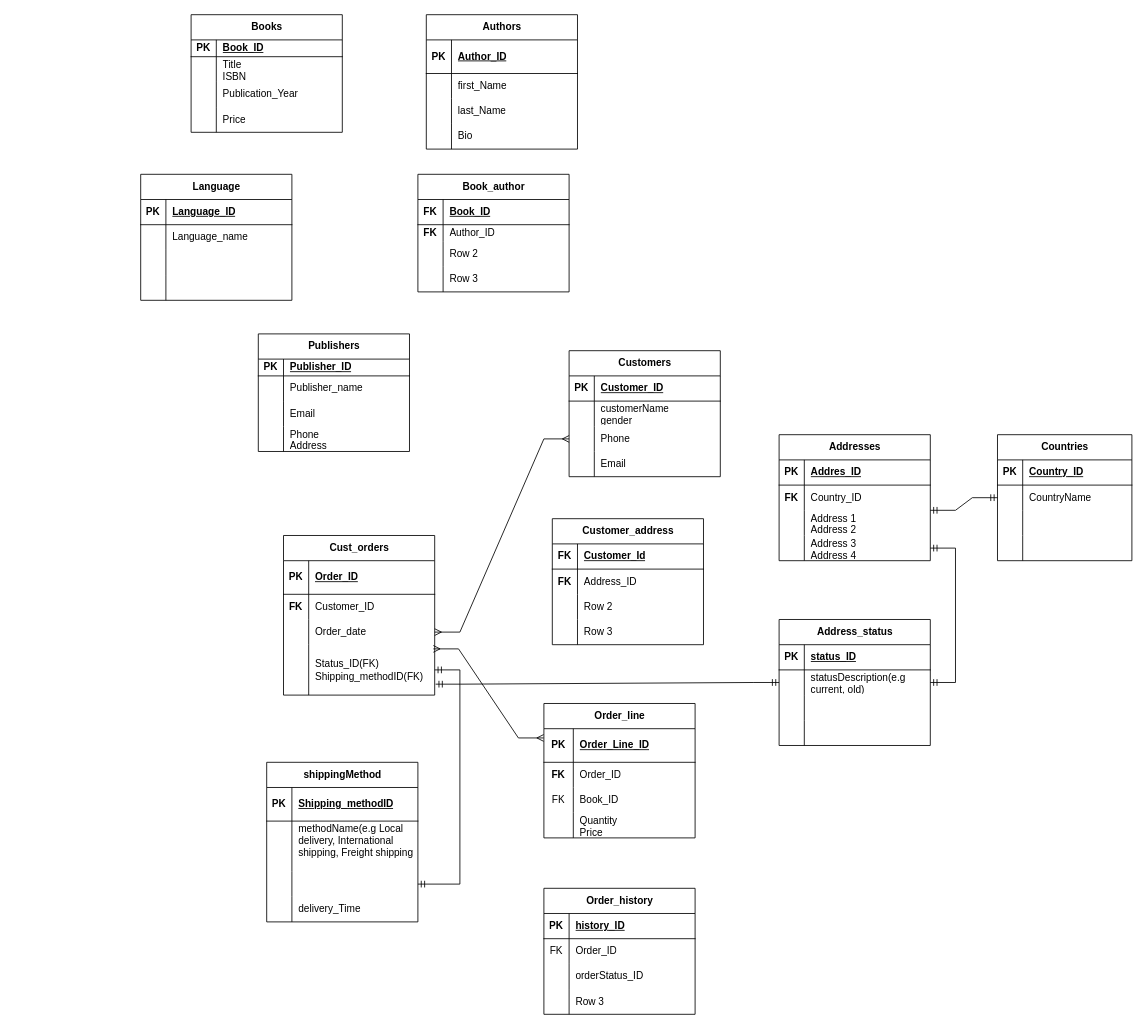
Before: Untitled Diagram.drawio in LisanzaTabby/BookstoreDatabase, a draw.io diagram. Source tidied: cells renumbered, new cells numbered last; positions are measured from the earlier drawing's top-left corner, leaving out a move shared by most shapes. Both pictures are drawn from the tidied source at 84%, with x=0, y=0 at pixel (140, 14).
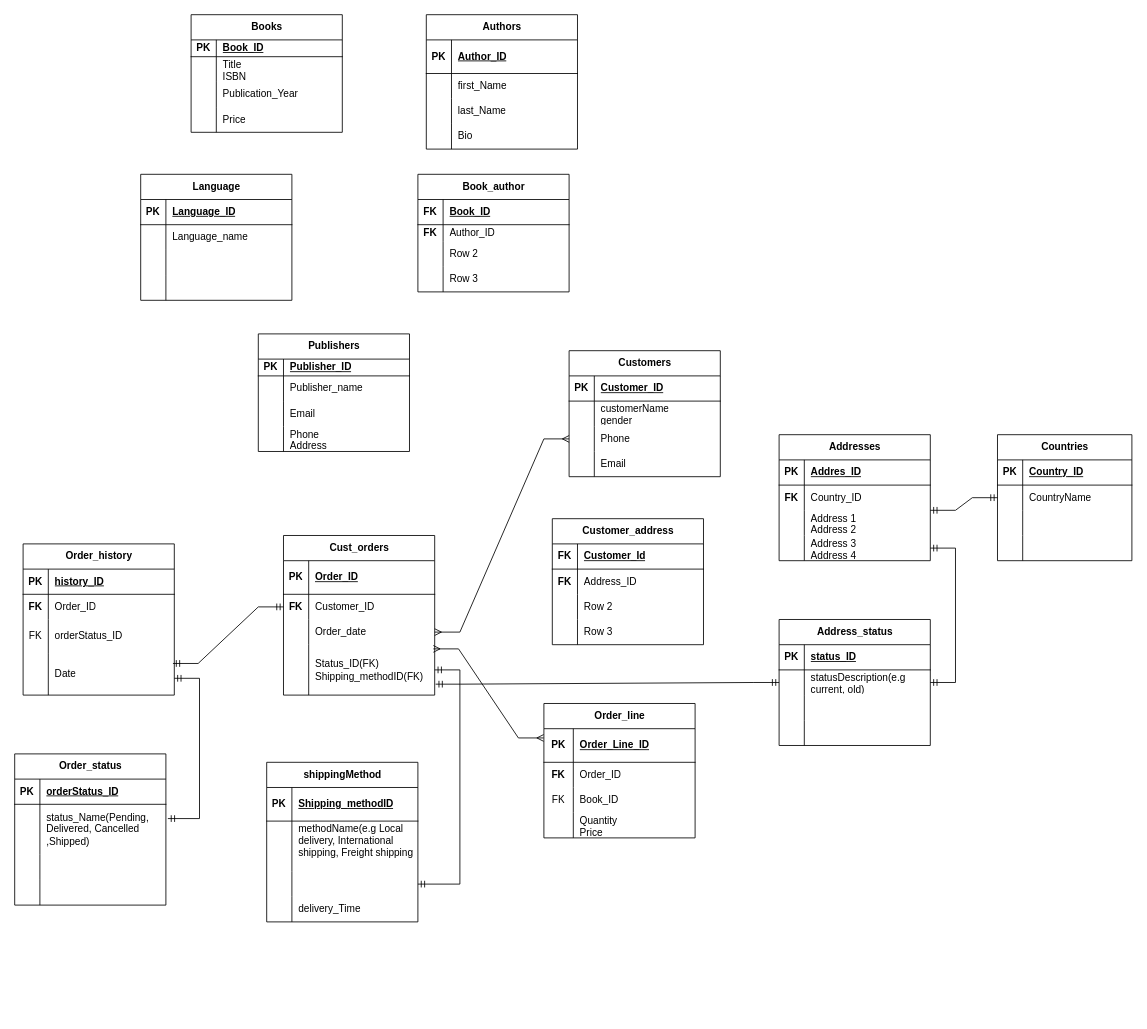
Above is the later version.

The change refers to these unchanged cells:
```xml
<mxCell id="140" style="shape=tableRow;horizontal=0;startSize=0;swimlaneHead=0;swimlaneBody=0;fillColor=none;points=[[0,0.5],[1,0.5]];portConstraint=eastwest;top=0;left=0;right=0;bottom=0;" parent="136" vertex="1">
  <mxGeometry y="70" width="180" height="30" as="geometry" />
</mxCell>
<mxCell id="183" style="shape=tableRow;horizontal=0;startSize=0;swimlaneHead=0;swimlaneBody=0;fillColor=none;top=0;left=0;right=0;bottom=0;" parent="179" vertex="1">
  <mxGeometry y="60" width="180" height="30" as="geometry" />
</mxCell>
```

Diff of the diagram source:
```diff
@@
     <mxCell id="179" value="Order_history" style="shape=table;startSize=30;childLayout=tableLayout;rowLines=0;fontStyle=1;align=center;html=1;" parent="1" vertex="1">
-      <mxGeometry x="480" y="1040" width="180" height="150" as="geometry" />
+      <mxGeometry x="-140" y="630" width="180" height="180" as="geometry" />
     </mxCell>
@@
-    <mxCell id="184" value="FK" style="shape=partialRectangle;fillColor=none;top=0;left=0;bottom=0;right=0;overflow=hidden;whiteSpace=wrap;html=1;" parent="183" vertex="1">
+    <mxCell id="184" value="&lt;b&gt;FK&lt;/b&gt;" style="shape=partialRectangle;fillColor=none;top=0;left=0;bottom=0;right=0;overflow=hidden;whiteSpace=wrap;html=1;" parent="183" vertex="1">
       <mxGeometry width="30" height="30" as="geometry" />
     </mxCell>
@@
     <mxCell id="186" style="shape=tableRow;horizontal=0;startSize=0;swimlaneHead=0;swimlaneBody=0;fillColor=none;top=0;left=0;right=0;bottom=0;" parent="179" vertex="1">
-      <mxGeometry y="90" width="180" height="30" as="geometry" />
+      <mxGeometry y="90" width="180" height="40" as="geometry" />
     </mxCell>
-    <mxCell id="187" style="shape=partialRectangle;fillColor=none;top=0;left=0;bottom=0;right=0;overflow=hidden;whiteSpace=wrap;html=1;" parent="186" vertex="1">
-      <mxGeometry width="30" height="30" as="geometry" />
+    <mxCell id="187" value="FK" style="shape=partialRectangle;fillColor=none;top=0;left=0;bottom=0;right=0;overflow=hidden;whiteSpace=wrap;html=1;" parent="186" vertex="1">
+      <mxGeometry width="30" height="40" as="geometry" />
     </mxCell>
     <mxCell id="188" value="orderStatus_ID" style="shape=partialRectangle;fillColor=none;top=0;left=0;bottom=0;right=0;align=left;spacingLeft=6;overflow=hidden;whiteSpace=wrap;html=1;" parent="186" vertex="1">
-      <mxGeometry x="30" width="150" height="30" as="geometry" />
+      <mxGeometry x="30" width="150" height="40" as="geometry" />
     </mxCell>
     <mxCell id="189" style="shape=tableRow;horizontal=0;startSize=0;swimlaneHead=0;swimlaneBody=0;fillColor=none;points=[[0,0.5],[1,0.5]];portConstraint=eastwest;top=0;left=0;right=0;bottom=0;" parent="179" vertex="1">
-      <mxGeometry y="120" width="180" height="30" as="geometry" />
+      <mxGeometry y="130" width="180" height="50" as="geometry" />
     </mxCell>
     <mxCell id="190" style="shape=partialRectangle;fillColor=none;top=0;left=0;bottom=0;right=0;overflow=hidden;whiteSpace=wrap;html=1;" parent="189" vertex="1">
-      <mxGeometry width="30" height="30" as="geometry" />
+      <mxGeometry width="30" height="50" as="geometry" />
     </mxCell>
-    <mxCell id="191" value="Row 3" style="shape=partialRectangle;fillColor=none;top=0;left=0;bottom=0;right=0;align=left;spacingLeft=6;overflow=hidden;whiteSpace=wrap;html=1;" parent="189" vertex="1">
-      <mxGeometry x="30" width="150" height="30" as="geometry" />
+    <mxCell id="191" value="&lt;div&gt;&lt;span style=&quot;background-color: transparent; color: light-dark(rgb(0, 0, 0), rgb(255, 255, 255));&quot;&gt;Date&lt;/span&gt;&lt;/div&gt;" style="shape=partialRectangle;fillColor=none;top=0;left=0;bottom=0;right=0;align=left;spacingLeft=6;overflow=hidden;whiteSpace=wrap;html=1;" parent="189" vertex="1">
+      <mxGeometry x="30" width="150" height="50" as="geometry" />
     </mxCell>
+    <mxCell id="192" style="edgeStyle=entityRelationEdgeStyle;fontSize=12;html=1;endArrow=ERmandOne;startArrow=ERmandOne;rounded=0;exitX=0.991;exitY=0.247;exitDx=0;exitDy=0;exitPerimeter=0;" parent="1" edge="1" source="189" target="140">
+      <mxGeometry relative="1" as="geometry" />
+    </mxCell>
+    <mxCell id="193" value="Order_status" style="shape=table;startSize=30;childLayout=tableLayout;rowLines=0;fontStyle=1;align=center;html=1;" parent="1" vertex="1">
+      <mxGeometry x="-150" y="880" width="180" height="180" as="geometry" />
+    </mxCell>
+    <mxCell id="194" style="shape=tableRow;horizontal=0;startSize=0;swimlaneHead=0;swimlaneBody=0;fillColor=none;top=0;left=0;right=0;bottom=1;" parent="193" vertex="1">
+      <mxGeometry y="30" width="180" height="30" as="geometry" />
+    </mxCell>
+    <mxCell id="195" value="PK" style="shape=partialRectangle;fillColor=none;top=0;left=0;bottom=0;right=0;fontStyle=1;overflow=hidden;whiteSpace=wrap;html=1;" parent="194" vertex="1">
+      <mxGeometry width="30" height="30" as="geometry" />
+    </mxCell>
+    <mxCell id="196" value="orderStatus_ID" style="shape=partialRectangle;fillColor=none;top=0;left=0;bottom=0;right=0;align=left;spacingLeft=6;fontStyle=5;overflow=hidden;whiteSpace=wrap;html=1;" parent="194" vertex="1">
+      <mxGeometry x="30" width="150" height="30" as="geometry" />
+    </mxCell>
+    <mxCell id="197" style="shape=tableRow;horizontal=0;startSize=0;swimlaneHead=0;swimlaneBody=0;fillColor=none;points=[[0,0.5],[1,0.5]];portConstraint=eastwest;top=0;left=0;right=0;bottom=0;" parent="193" vertex="1">
+      <mxGeometry y="60" width="180" height="60" as="geometry" />
+    </mxCell>
+    <mxCell id="198" style="shape=partialRectangle;fillColor=none;top=0;left=0;bottom=0;right=0;overflow=hidden;whiteSpace=wrap;html=1;" parent="197" vertex="1">
+      <mxGeometry width="30" height="60" as="geometry" />
+    </mxCell>
+    <mxCell id="199" value="status_Name(Pending, Delivered, Cancelled ,Shipped)" style="shape=partialRectangle;fillColor=none;top=0;left=0;bottom=0;right=0;align=left;spacingLeft=6;overflow=hidden;whiteSpace=wrap;html=1;" parent="197" vertex="1">
+      <mxGeometry x="30" width="150" height="60" as="geometry" />
+    </mxCell>
+    <mxCell id="200" style="shape=tableRow;horizontal=0;startSize=0;swimlaneHead=0;swimlaneBody=0;fillColor=none;top=0;left=0;right=0;bottom=0;" parent="193" vertex="1">
+      <mxGeometry y="120" width="180" height="30" as="geometry" />
+    </mxCell>
+    <mxCell id="201" style="shape=partialRectangle;fillColor=none;top=0;left=0;bottom=0;right=0;overflow=hidden;whiteSpace=wrap;html=1;" parent="200" vertex="1">
+      <mxGeometry width="30" height="30" as="geometry" />
+    </mxCell>
+    <mxCell id="202" style="shape=partialRectangle;fillColor=none;top=0;left=0;bottom=0;right=0;align=left;spacingLeft=6;overflow=hidden;whiteSpace=wrap;html=1;" parent="200" vertex="1">
+      <mxGeometry x="30" width="150" height="30" as="geometry" />
+    </mxCell>
+    <mxCell id="203" style="shape=tableRow;horizontal=0;startSize=0;swimlaneHead=0;swimlaneBody=0;fillColor=none;top=0;left=0;right=0;bottom=0;" parent="193" vertex="1">
+      <mxGeometry y="150" width="180" height="30" as="geometry" />
+    </mxCell>
+    <mxCell id="204" style="shape=partialRectangle;fillColor=none;top=0;left=0;bottom=0;right=0;overflow=hidden;whiteSpace=wrap;html=1;" parent="203" vertex="1">
+      <mxGeometry width="30" height="30" as="geometry" />
+    </mxCell>
+    <mxCell id="205" style="shape=partialRectangle;fillColor=none;top=0;left=0;bottom=0;right=0;align=left;spacingLeft=6;overflow=hidden;whiteSpace=wrap;html=1;" parent="203" vertex="1">
+      <mxGeometry x="30" width="150" height="30" as="geometry" />
+    </mxCell>
+    <mxCell id="206" style="edgeStyle=entityRelationEdgeStyle;fontSize=12;html=1;endArrow=ERmandOne;startArrow=ERmandOne;rounded=0;entryX=1.013;entryY=0.283;entryDx=0;entryDy=0;entryPerimeter=0;" parent="1" edge="1" target="197">
+      <mxGeometry relative="1" as="geometry">
+        <mxPoint x="40" y="790" as="sourcePoint" />
+      </mxGeometry>
+    </mxCell>
```
